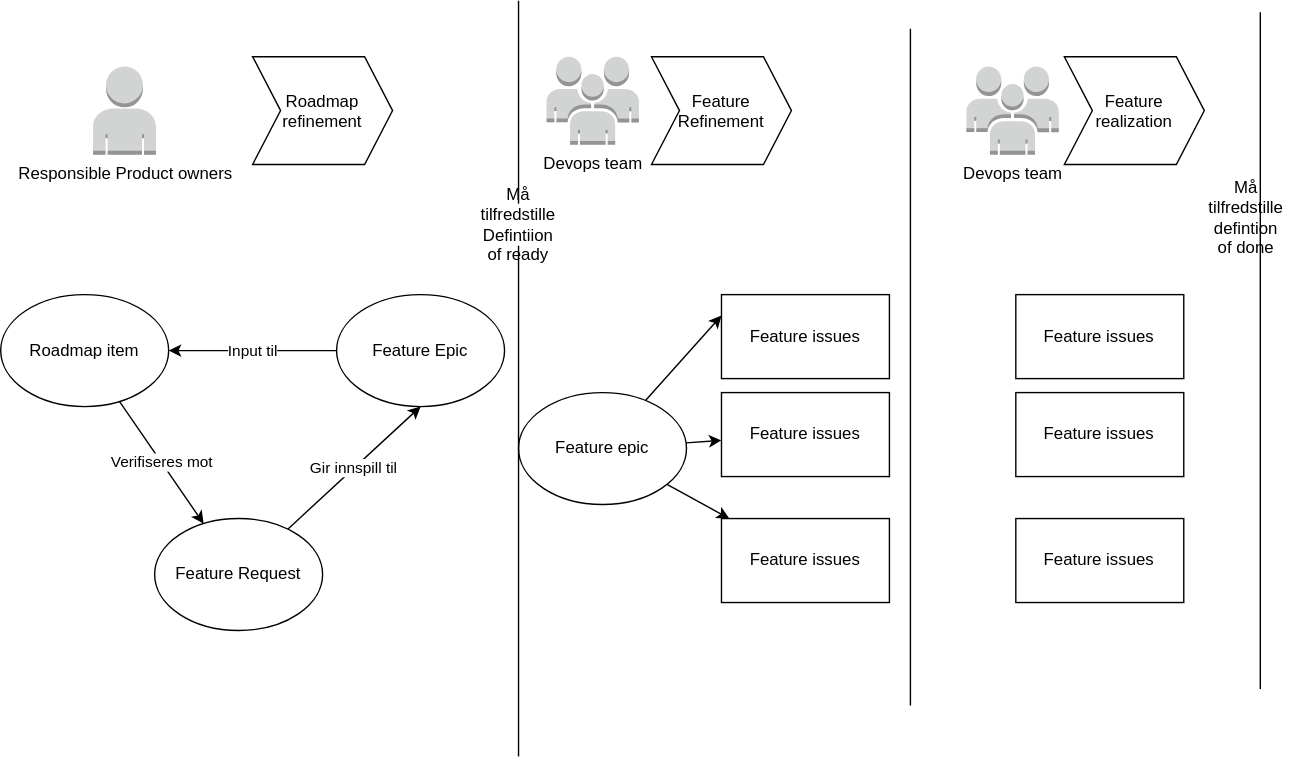
This is content/community/devops/roadmapprocess/roadmapprocess.drawio.svg from Altinn/altinn-studio-docs, a draw.io export, as it was before one commit. Source tidied: cells renumbered, new cells last; positions are measured from the earlier drawing's top-left corner, leaving out a move shared by most shapes.
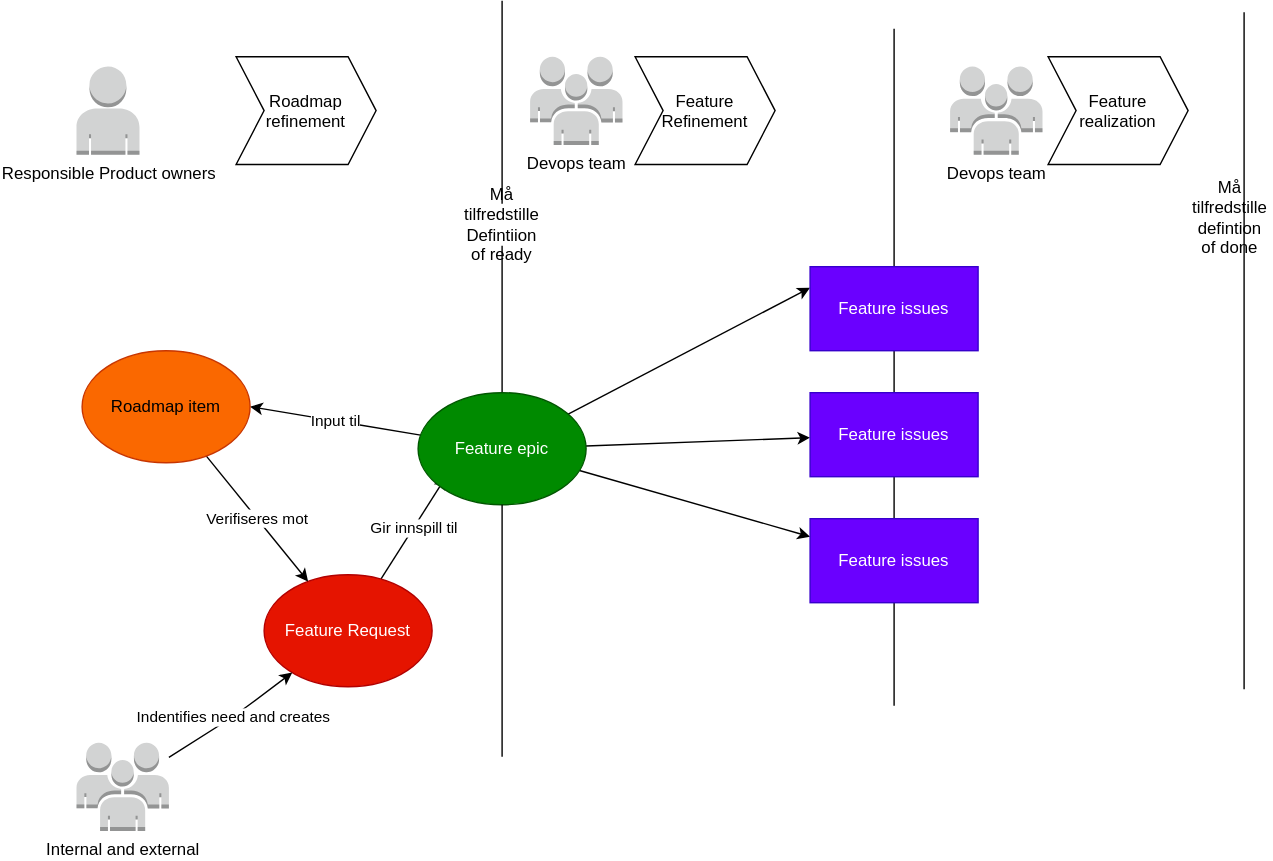
After the commit.

Diff of the diagram source:
```diff
@@ -22,27 +22,26 @@
     <mxCell id="6" value="Roadmap &#10;refinement" style="shape=step;perimeter=stepPerimeter;fixedSize=1;" parent="1" vertex="1">
       <mxGeometry x="180" y="40" width="100" height="77" as="geometry" />
     </mxCell>
-    <mxCell id="7" value="Gir innspill til" style="edgeStyle=none;html=1;entryX=0.5;entryY=1;entryDx=0;entryDy=0;" parent="1" edge="1" source="8" target="10">
-      <mxGeometry relative="1" as="geometry" />
+    <mxCell id="7" value="Gir innspill til" style="edgeStyle=none;html=1;" parent="1" edge="1" source="8">
+      <mxGeometry relative="1" as="geometry">
+        <mxPoint x="330" y="340" as="targetPoint" />
+      </mxGeometry>
     </mxCell>
-    <mxCell id="8" value="Feature Request" style="ellipse;whiteSpace=wrap;html=1;" parent="1" vertex="1">
-      <mxGeometry x="110" y="370" width="120" height="80" as="geometry" />
+    <mxCell id="8" value="Feature Request" style="ellipse;whiteSpace=wrap;html=1;fillColor=#e51400;fontColor=#ffffff;strokeColor=#B20000;" parent="1" vertex="1">
+      <mxGeometry x="200" y="410" width="120" height="80" as="geometry" />
     </mxCell>
-    <mxCell id="9" value="Input til&amp;nbsp;" style="edgeStyle=none;html=1;entryX=1;entryY=0.5;entryDx=0;entryDy=0;" parent="1" edge="1" source="10" target="12">
+    <mxCell id="9" value="Input til&amp;nbsp;" style="edgeStyle=none;html=1;entryX=1;entryY=0.5;entryDx=0;entryDy=0;" parent="1" edge="1" source="19" target="12">
       <mxGeometry relative="1" as="geometry">
         <Array as="points">
-          <mxPoint x="170" y="250" />
+          <mxPoint x="250" y="300" />
         </Array>
       </mxGeometry>
     </mxCell>
-    <mxCell id="10" value="Feature Epic" style="ellipse;whiteSpace=wrap;html=1;" parent="1" vertex="1">
-      <mxGeometry x="240" y="210" width="120" height="80" as="geometry" />
-    </mxCell>
     <mxCell id="11" value="Verifiseres mot" style="edgeStyle=none;html=1;" parent="1" edge="1" source="12" target="8">
       <mxGeometry relative="1" as="geometry" />
     </mxCell>
-    <mxCell id="12" value="Roadmap item" style="ellipse;whiteSpace=wrap;html=1;" parent="1" vertex="1">
-      <mxGeometry y="210" width="120" height="80" as="geometry" />
+    <mxCell id="12" value="Roadmap item" style="ellipse;whiteSpace=wrap;html=1;fillColor=#fa6800;fontColor=#000000;strokeColor=#C73500;" parent="1" vertex="1">
+      <mxGeometry x="70" y="250" width="120" height="80" as="geometry" />
     </mxCell>
     <mxCell id="13" value="Responsible Product owners" style="dashed=0;verticalLabelPosition=bottom;verticalAlign=top;align=center;html=1;shape=mxgraph.aws3.user;fillColor=#D2D3D3;gradientColor=none;" parent="1" vertex="1">
       <mxGeometry x="66" y="47" width="45" height="63" as="geometry" />
@@ -62,34 +61,20 @@
     <mxCell id="18" style="edgeStyle=none;html=1;" parent="1" edge="1" source="19" target="21">
       <mxGeometry relative="1" as="geometry" />
     </mxCell>
-    <mxCell id="19" value="Feature epic" style="ellipse;whiteSpace=wrap;html=1;" parent="1" vertex="1">
-      <mxGeometry x="370" y="280" width="120" height="80" as="geometry" />
-    </mxCell>
-    <mxCell id="20" value="Feature issues" style="rounded=0;whiteSpace=wrap;html=1;" parent="1" vertex="1">
-      <mxGeometry x="515" y="210" width="120" height="60" as="geometry" />
+    <mxCell id="20" value="Feature issues" style="rounded=0;whiteSpace=wrap;html=1;fillColor=#6a00ff;fontColor=#ffffff;strokeColor=#3700CC;" parent="1" vertex="1">
+      <mxGeometry x="590" y="190" width="120" height="60" as="geometry" />
     </mxCell>
-    <mxCell id="21" value="Feature issues" style="rounded=0;whiteSpace=wrap;html=1;" parent="1" vertex="1">
-      <mxGeometry x="515" y="370" width="120" height="60" as="geometry" />
+    <mxCell id="21" value="Feature issues" style="rounded=0;whiteSpace=wrap;html=1;fillColor=#6a00ff;fontColor=#ffffff;strokeColor=#3700CC;" parent="1" vertex="1">
+      <mxGeometry x="590" y="370" width="120" height="60" as="geometry" />
     </mxCell>
-    <mxCell id="22" value="Feature issues" style="rounded=0;whiteSpace=wrap;html=1;" parent="1" vertex="1">
-      <mxGeometry x="515" y="280" width="120" height="60" as="geometry" />
+    <mxCell id="22" value="Feature issues" style="rounded=0;whiteSpace=wrap;html=1;fillColor=#6a00ff;fontColor=#ffffff;strokeColor=#3700CC;" parent="1" vertex="1">
+      <mxGeometry x="590" y="280" width="120" height="60" as="geometry" />
     </mxCell>
-    <mxCell id="23" value="Feature issues" style="rounded=0;whiteSpace=wrap;html=1;" parent="1" vertex="1">
-      <mxGeometry x="725.3" y="210" width="120" height="60" as="geometry" />
-    </mxCell>
-    <mxCell id="24" value="Feature issues" style="rounded=0;whiteSpace=wrap;html=1;" parent="1" vertex="1">
-      <mxGeometry x="725.3" y="370" width="120" height="60" as="geometry" />
-    </mxCell>
-    <mxCell id="25" value="Feature issues" style="rounded=0;whiteSpace=wrap;html=1;" parent="1" vertex="1">
-      <mxGeometry x="725.3" y="280" width="120" height="60" as="geometry" />
-    </mxCell>
     <mxCell id="26" value="Må tilfredstille Defintiion of ready" style="text;html=1;strokeColor=none;fillColor=none;align=center;verticalAlign=middle;whiteSpace=wrap;rounded=0;" parent="1" vertex="1">
       <mxGeometry x="340" y="145" width="60" height="30" as="geometry" />
     </mxCell>
-    <mxCell id="27" style="endArrow=none;html=1;" parent="1" edge="1" target="26">
-      <mxGeometry relative="1" as="geometry">
-        <mxPoint x="370" y="540" as="sourcePoint" />
-      </mxGeometry>
+    <mxCell id="27" style="endArrow=none;html=1;startArrow=none;" parent="1" edge="1" source="19" target="26">
+      <mxGeometry relative="1" as="geometry" />
     </mxCell>
     <mxCell id="28" style="endArrow=none;html=1;" parent="1" edge="1">
       <mxGeometry relative="1" as="geometry">
@@ -100,5 +85,23 @@
     <mxCell id="29" value="Må tilfredstille defintion of done" style="text;html=1;strokeColor=none;fillColor=none;align=center;verticalAlign=middle;whiteSpace=wrap;rounded=0;" parent="1" vertex="1">
       <mxGeometry x="860" y="140" width="60" height="30" as="geometry" />
     </mxCell>
+    <mxCell id="19" value="Feature epic" style="ellipse;whiteSpace=wrap;html=1;fillColor=#008a00;fontColor=#ffffff;strokeColor=#005700;" parent="1" vertex="1">
+      <mxGeometry x="310" y="280" width="120" height="80" as="geometry" />
+    </mxCell>
+    <mxCell id="30" style="endArrow=none;html=1;" parent="1" edge="1" target="19">
+      <mxGeometry relative="1" as="geometry">
+        <mxPoint x="370" y="540" as="sourcePoint" />
+      </mxGeometry>
+    </mxCell>
+    <mxCell id="31" value="Indentifies need and creates" style="edgeStyle=none;html=1;" parent="1" edge="1" source="32" target="8">
+      <mxGeometry relative="1" as="geometry">
+        <Array as="points">
+          <mxPoint x="180" y="510" />
+        </Array>
+      </mxGeometry>
+    </mxCell>
+    <mxCell id="32" value="Internal and external&amp;nbsp;" style="outlineConnect=0;dashed=0;verticalLabelPosition=bottom;verticalAlign=top;align=center;html=1;shape=mxgraph.aws3.users;fillColor=#D2D3D3;gradientColor=none;" parent="1" vertex="1">
+      <mxGeometry x="66" y="530" width="66" height="63" as="geometry" />
+    </mxCell>
   </root>
 </mxGraphModel>
```
